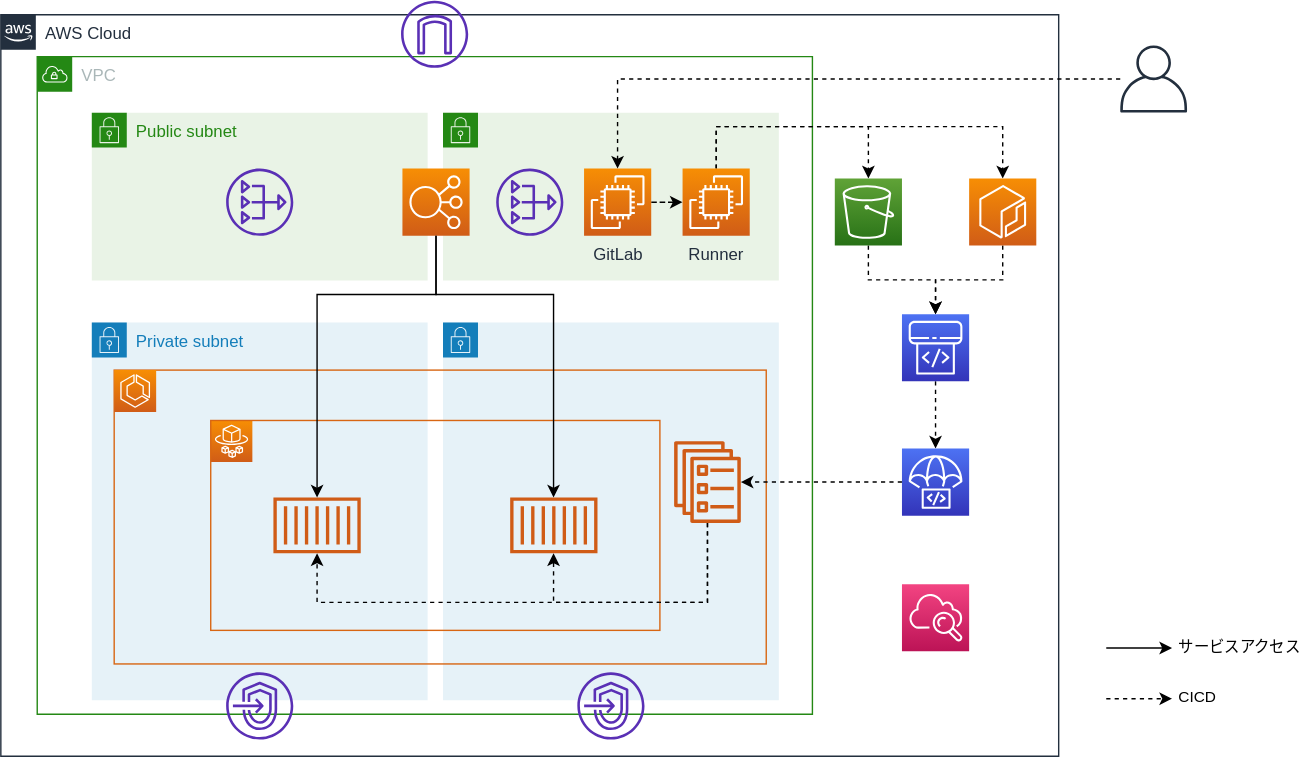
Earlier version of the draw.io export documents/images/aws.svg (moriryota62/ecs-cicd). Source tidied: cells renumbered, new cells last; positions are measured from the earlier drawing's top-left corner, leaving out a move shared by most shapes.
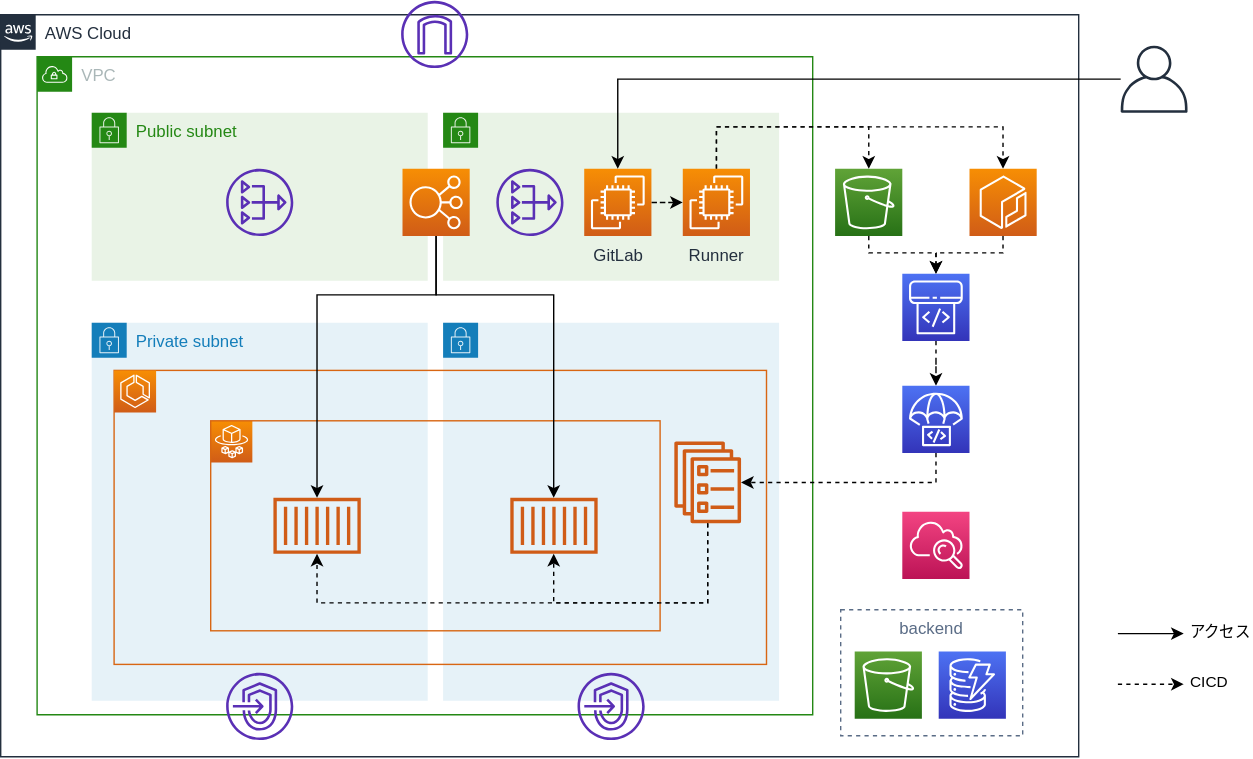
After the commit.

What changed in the source:
```diff
@@ -3,7 +3,7 @@
     <mxCell id="0" />
     <mxCell id="1" parent="0" />
     <mxCell id="2" value="AWS Cloud" style="gradientColor=none;html=1;whiteSpace=wrap;fontSize=12;fontStyle=0;shape=mxgraph.aws4.group;grIcon=mxgraph.aws4.group_aws_cloud_alt;strokeColor=#232F3E;fillColor=none;verticalAlign=top;align=left;spacingLeft=30;fontColor=#232F3E;dashed=0;" parent="1" vertex="1">
-      <mxGeometry y="10" width="756" height="530" as="geometry" />
+      <mxGeometry y="10" width="770" height="530" as="geometry" />
     </mxCell>
     <mxCell id="3" value="VPC" style="gradientColor=none;html=1;whiteSpace=wrap;fontSize=12;fontStyle=0;shape=mxgraph.aws4.group;grIcon=mxgraph.aws4.group_vpc;strokeColor=#248814;fillColor=none;verticalAlign=top;align=left;spacingLeft=30;fontColor=#AAB7B8;dashed=0;" parent="1" vertex="1">
       <mxGeometry x="26" y="40" width="554" height="470" as="geometry" />
@@ -49,27 +49,37 @@
       <mxGeometry relative="1" as="geometry" />
     </mxCell>
     <mxCell id="14" style="outlineConnect=0;fontColor=#232F3E;gradientColor=#4D72F3;gradientDirection=north;fillColor=#3334B9;strokeColor=#ffffff;dashed=0;verticalLabelPosition=bottom;verticalAlign=top;align=center;html=1;fontSize=12;fontStyle=0;shape=mxgraph.aws4.resourceIcon;resIcon=mxgraph.aws4.codepipeline;flipV=0;" parent="1" vertex="1">
-      <mxGeometry x="644" y="224" width="48" height="48" as="geometry" />
+      <mxGeometry x="644" y="195" width="48" height="48" as="geometry" />
     </mxCell>
     <mxCell id="15" style="outlineConnect=0;fontColor=#232F3E;gradientColor=#4D72F3;gradientDirection=north;fillColor=#3334B9;strokeColor=#ffffff;dashed=0;verticalLabelPosition=bottom;verticalAlign=top;align=center;html=1;fontSize=12;fontStyle=0;shape=mxgraph.aws4.resourceIcon;resIcon=mxgraph.aws4.codedeploy;flipV=0;" parent="1" vertex="1">
-      <mxGeometry x="644" y="320" width="48" height="48" as="geometry" />
+      <mxGeometry x="644" y="275" width="48" height="48" as="geometry" />
     </mxCell>
     <mxCell id="16" style="edgeStyle=orthogonalEdgeStyle;rounded=0;jettySize=auto;html=1;dashed=1;" parent="1" edge="1" source="17" target="14">
-      <mxGeometry relative="1" as="geometry" />
+      <mxGeometry relative="1" as="geometry">
+        <Array as="points">
+          <mxPoint x="620" y="180" />
+          <mxPoint x="668" y="180" />
+        </Array>
+      </mxGeometry>
     </mxCell>
     <mxCell id="17" style="outlineConnect=0;fontColor=#232F3E;gradientColor=#60A337;gradientDirection=north;fillColor=#277116;strokeColor=#ffffff;dashed=0;verticalLabelPosition=bottom;verticalAlign=top;align=center;html=1;fontSize=12;fontStyle=0;shape=mxgraph.aws4.resourceIcon;resIcon=mxgraph.aws4.s3;" parent="1" vertex="1">
-      <mxGeometry x="596" y="127" width="48" height="48" as="geometry" />
+      <mxGeometry x="596" y="120" width="48" height="48" as="geometry" />
     </mxCell>
     <mxCell id="18" style="edgeStyle=orthogonalEdgeStyle;rounded=0;jettySize=auto;html=1;dashed=1;" parent="1" edge="1" source="19" target="14">
-      <mxGeometry relative="1" as="geometry" />
+      <mxGeometry relative="1" as="geometry">
+        <Array as="points">
+          <mxPoint x="716" y="180" />
+          <mxPoint x="668" y="180" />
+        </Array>
+      </mxGeometry>
     </mxCell>
     <mxCell id="19" style="outlineConnect=0;fontColor=#232F3E;gradientColor=#F78E04;gradientDirection=north;fillColor=#D05C17;strokeColor=#ffffff;dashed=0;verticalLabelPosition=bottom;verticalAlign=top;align=center;html=1;fontSize=12;fontStyle=0;shape=mxgraph.aws4.resourceIcon;resIcon=mxgraph.aws4.ecr;flipV=0;" parent="1" vertex="1">
-      <mxGeometry x="692" y="127" width="48" height="48" as="geometry" />
+      <mxGeometry x="692" y="120" width="48" height="48" as="geometry" />
     </mxCell>
     <mxCell id="20" style="endArrow=classic;html=1;dashed=1;" parent="1" edge="1">
       <mxGeometry relative="1" as="geometry">
-        <mxPoint x="790" y="498.8" as="sourcePoint" />
-        <mxPoint x="837" y="498.8" as="targetPoint" />
+        <mxPoint x="798" y="488.2" as="sourcePoint" />
+        <mxPoint x="845" y="488.2" as="targetPoint" />
       </mxGeometry>
     </mxCell>
     <mxCell id="21" value="CICD" style="edgeLabel;html=1;align=left;verticalAlign=middle;labelPosition=right;verticalLabelPosition=middle;" parent="20" vertex="1">
@@ -79,11 +89,11 @@
     </mxCell>
     <mxCell id="22" style="endArrow=classic;html=1;" parent="1" edge="1">
       <mxGeometry relative="1" as="geometry">
-        <mxPoint x="790" y="462.6" as="sourcePoint" />
-        <mxPoint x="837" y="462.6" as="targetPoint" />
+        <mxPoint x="798" y="452" as="sourcePoint" />
+        <mxPoint x="845" y="452" as="targetPoint" />
       </mxGeometry>
     </mxCell>
-    <mxCell id="23" value="サービスアクセス" style="edgeLabel;html=1;align=left;verticalAlign=middle;labelPosition=right;verticalLabelPosition=middle;" parent="22" vertex="1">
+    <mxCell id="23" value="アクセス" style="edgeLabel;html=1;align=left;verticalAlign=middle;labelPosition=right;verticalLabelPosition=middle;" parent="22" vertex="1">
       <mxGeometry x="0.42" y="2" relative="1" as="geometry">
         <mxPoint x="17.1" as="offset" />
       </mxGeometry>
@@ -127,7 +137,11 @@
       <mxGeometry x="364" y="355" width="62.4" height="40" as="geometry" />
     </mxCell>
     <mxCell id="35" style="edgeStyle=orthogonalEdgeStyle;rounded=0;jettySize=auto;html=1;dashed=1;" parent="1" edge="1" source="15" target="29">
-      <mxGeometry relative="1" as="geometry" />
+      <mxGeometry relative="1" as="geometry">
+        <Array as="points">
+          <mxPoint x="668" y="344" />
+        </Array>
+      </mxGeometry>
     </mxCell>
     <mxCell id="36" style="edgeStyle=orthogonalEdgeStyle;rounded=0;jettySize=auto;html=1;dashed=1;" parent="1" edge="1" source="29" target="34">
       <mxGeometry relative="1" as="geometry">
@@ -163,16 +177,28 @@
       <mxGeometry x="412" y="480" width="48" height="48" as="geometry" />
     </mxCell>
     <mxCell id="42" style="fontColor=#232F3E;gradientColor=#F34482;gradientDirection=north;fillColor=#BC1356;strokeColor=#ffffff;dashed=0;verticalLabelPosition=bottom;verticalAlign=top;align=center;html=1;fontSize=12;fontStyle=0;shape=mxgraph.aws4.resourceIcon;resIcon=mxgraph.aws4.cloudwatch;flipV=0;" parent="1" vertex="1">
-      <mxGeometry x="644" y="417" width="48" height="48" as="geometry" />
+      <mxGeometry x="644" y="365" width="48" height="48" as="geometry" />
     </mxCell>
     <mxCell id="43" style="fontColor=#232F3E;gradientColor=none;fillColor=#5A30B5;strokeColor=none;dashed=0;verticalLabelPosition=bottom;verticalAlign=top;align=center;html=1;fontSize=12;fontStyle=0;shape=mxgraph.aws4.nat_gateway;" parent="1" vertex="1">
       <mxGeometry x="354" y="120" width="48" height="48" as="geometry" />
     </mxCell>
-    <mxCell id="44" style="edgeStyle=orthogonalEdgeStyle;rounded=0;jettySize=auto;html=1;dashed=1;" parent="1" edge="1" source="45" target="8">
+    <mxCell id="44" style="edgeStyle=orthogonalEdgeStyle;rounded=0;jettySize=auto;html=1;" parent="1" edge="1" source="45" target="8">
       <mxGeometry relative="1" as="geometry" />
     </mxCell>
     <mxCell id="45" style="outlineConnect=0;fontColor=#232F3E;gradientColor=none;fillColor=#232F3E;strokeColor=none;dashed=0;verticalLabelPosition=bottom;verticalAlign=top;align=center;html=1;fontSize=12;fontStyle=0;shape=mxgraph.aws4.user;" parent="1" vertex="1">
       <mxGeometry x="800" y="32" width="48" height="48" as="geometry" />
     </mxCell>
+    <mxCell id="46" style="group;" parent="1" vertex="1">
+      <mxGeometry x="600" y="435" width="130" height="90" as="geometry" />
+    </mxCell>
+    <mxCell id="47" style="fontColor=#232F3E;gradientColor=#4D72F3;gradientDirection=north;fillColor=#3334B9;strokeColor=#ffffff;dashed=0;verticalLabelPosition=bottom;verticalAlign=top;align=center;html=1;fontSize=12;fontStyle=0;shape=mxgraph.aws4.resourceIcon;resIcon=mxgraph.aws4.dynamodb;" parent="46" vertex="1">
+      <mxGeometry x="70" y="29.8" width="48" height="48" as="geometry" />
+    </mxCell>
+    <mxCell id="48" style="fontColor=#232F3E;gradientColor=#60A337;gradientDirection=north;fillColor=#277116;strokeColor=#ffffff;dashed=0;verticalLabelPosition=bottom;verticalAlign=top;align=center;html=1;fontSize=12;fontStyle=0;shape=mxgraph.aws4.resourceIcon;resIcon=mxgraph.aws4.s3;" parent="46" vertex="1">
+      <mxGeometry x="10" y="29.8" width="48" height="48" as="geometry" />
+    </mxCell>
+    <mxCell id="49" value="backend" style="fillColor=none;strokeColor=#5A6C86;dashed=1;verticalAlign=top;fontStyle=0;fontColor=#5A6C86;" parent="46" vertex="1">
+      <mxGeometry width="130" height="90" as="geometry" />
+    </mxCell>
   </root>
 </mxGraphModel>
```
